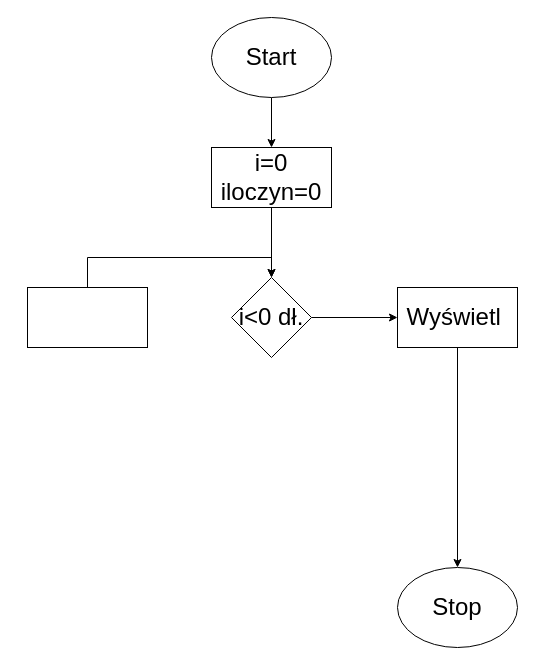
Above: iloczyn elementów tablicy.drawio in Maksor3111/Algorytmy (draw.io), before the change. Source tidied: cells renumbered, new cells numbered last; positions are measured from the earlier drawing's top-left corner, leaving out a move shared by most shapes. Both pictures are drawn from the tidied source at 100%, with x=0, y=0 at pixel (27, 17).
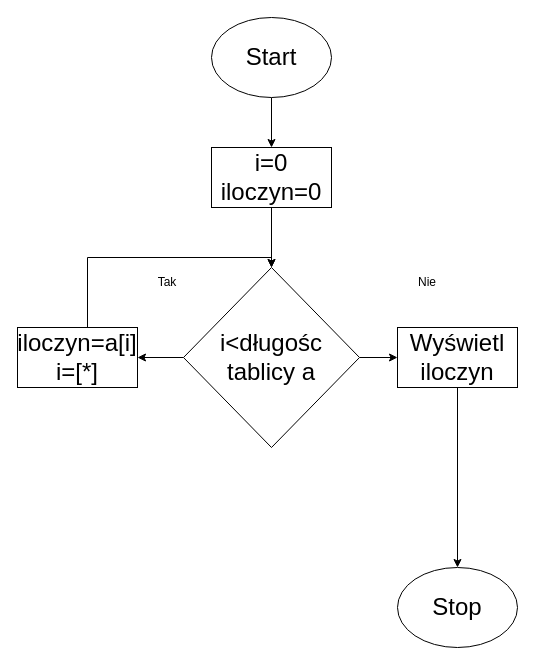
After the change.

What changed in the source:
```diff
@@
 <mxGraphModel>
   <root>
     <mxCell id="0" />
     <mxCell id="1" parent="0" />
     <mxCell id="2" style="edgeStyle=orthogonalEdgeStyle;rounded=0;jettySize=auto;html=1;entryX=0.5;entryY=0;entryDx=0;entryDy=0;fontSize=24;" parent="1" edge="1" source="3" target="6">
       <mxGeometry relative="1" as="geometry" />
     </mxCell>
     <mxCell id="3" value="&lt;font style=&quot;font-size: 24px;&quot;&gt;Start&lt;br&gt;&lt;/font&gt;" style="ellipse;whiteSpace=wrap;html=1;" parent="1" vertex="1">
       <mxGeometry x="184" width="120" height="80" as="geometry" />
     </mxCell>
     <mxCell id="4" value="Stop" style="ellipse;whiteSpace=wrap;html=1;fontSize=24;" parent="1" vertex="1">
       <mxGeometry x="370" y="550" width="120" height="80" as="geometry" />
     </mxCell>
     <mxCell id="5" style="edgeStyle=orthogonalEdgeStyle;rounded=0;jettySize=auto;html=1;entryX=0.5;entryY=0;entryDx=0;entryDy=0;fontSize=24;" parent="1" edge="1" source="6" target="8">
       <mxGeometry relative="1" as="geometry" />
     </mxCell>
     <mxCell id="6" value="i=0&lt;br&gt;iloczyn=0" style="rounded=0;whiteSpace=wrap;html=1;fontSize=24;" parent="1" vertex="1">
       <mxGeometry x="184" y="130" width="120" height="60" as="geometry" />
     </mxCell>
     <mxCell id="7" style="edgeStyle=orthogonalEdgeStyle;rounded=0;jettySize=auto;html=1;entryX=0;entryY=0.5;entryDx=0;entryDy=0;fontSize=24;" parent="1" edge="1" source="8" target="12">
       <mxGeometry relative="1" as="geometry" />
     </mxCell>
+    <mxCell id="13" style="edgeStyle=orthogonalEdgeStyle;rounded=0;jettySize=auto;html=1;exitX=0;exitY=0.5;exitDx=0;exitDy=0;entryX=1;entryY=0.5;entryDx=0;entryDy=0;" parent="1" edge="1" source="8" target="10">
+      <mxGeometry relative="1" as="geometry" />
+    </mxCell>
-    <mxCell id="8" value="i&amp;lt;0 dł." style="rhombus;whiteSpace=wrap;html=1;fontSize=24;" parent="1" vertex="1">
-      <mxGeometry x="204" y="260" width="80" height="80" as="geometry" />
+    <mxCell id="8" value="i&amp;lt;długośc tablicy a" style="rhombus;whiteSpace=wrap;html=1;fontSize=24;" parent="1" vertex="1">
+      <mxGeometry x="156" y="250" width="176" height="180" as="geometry" />
     </mxCell>
     <mxCell id="9" style="edgeStyle=orthogonalEdgeStyle;rounded=0;jettySize=auto;html=1;fontSize=24;entryX=0.5;entryY=0;entryDx=0;entryDy=0;" parent="1" edge="1" source="10" target="8">
       <mxGeometry relative="1" as="geometry">
         <Array as="points">
           <mxPoint x="60" y="240" />
           <mxPoint x="244" y="240" />
         </Array>
       </mxGeometry>
     </mxCell>
-    <mxCell id="10" style="rounded=0;whiteSpace=wrap;html=1;fontSize=24;" parent="1" vertex="1">
-      <mxGeometry y="270" width="120" height="60" as="geometry" />
+    <mxCell id="10" value="iloczyn=a[i]&lt;br&gt;i=[*]" style="rounded=0;whiteSpace=wrap;html=1;fontSize=24;" parent="1" vertex="1">
+      <mxGeometry x="-10" y="310" width="120" height="60" as="geometry" />
     </mxCell>
     <mxCell id="11" style="edgeStyle=orthogonalEdgeStyle;rounded=0;jettySize=auto;html=1;entryX=0.5;entryY=0;entryDx=0;entryDy=0;fontSize=24;" parent="1" edge="1" source="12" target="4">
       <mxGeometry relative="1" as="geometry" />
     </mxCell>
-    <mxCell id="12" value="Wyświetl&amp;nbsp;" style="rounded=0;whiteSpace=wrap;html=1;fontSize=24;" parent="1" vertex="1">
-      <mxGeometry x="370" y="270" width="120" height="60" as="geometry" />
+    <mxCell id="12" value="Wyświetl iloczyn" style="rounded=0;whiteSpace=wrap;html=1;fontSize=24;" parent="1" vertex="1">
+      <mxGeometry x="370" y="310" width="120" height="60" as="geometry" />
     </mxCell>
+    <mxCell id="14" value="Tak" style="text;html=1;strokeColor=none;fillColor=none;align=center;verticalAlign=middle;whiteSpace=wrap;rounded=0;" parent="1" vertex="1">
+      <mxGeometry x="110" y="250" width="60" height="30" as="geometry" />
+    </mxCell>
+    <mxCell id="15" value="Nie" style="text;html=1;strokeColor=none;fillColor=none;align=center;verticalAlign=middle;whiteSpace=wrap;rounded=0;" parent="1" vertex="1">
+      <mxGeometry x="370" y="250" width="60" height="30" as="geometry" />
+    </mxCell>
   </root>
 </mxGraphModel>
```
